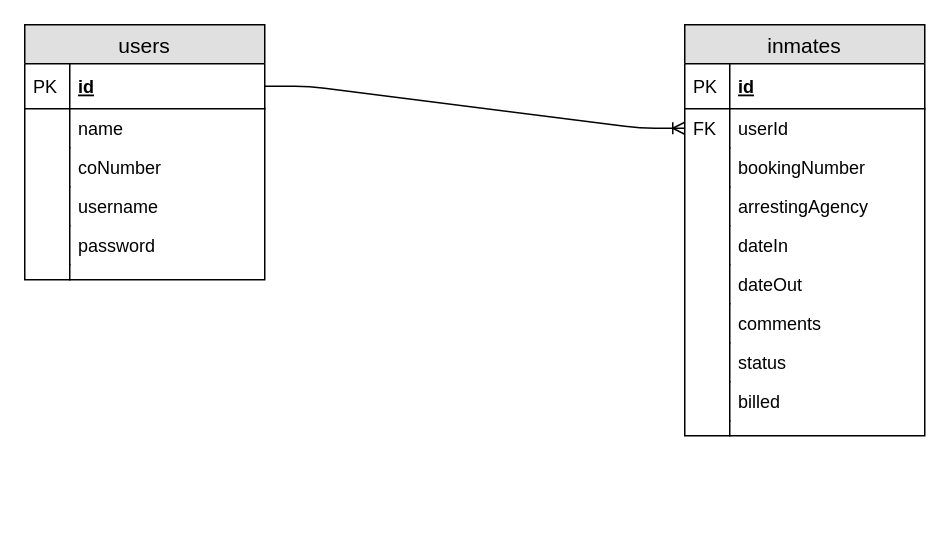
Before: ERD.drawio in kelli-evans09/capstone-one, a draw.io diagram. Source tidied: cells renumbered, new cells numbered last; positions are measured from the earlier drawing's top-left corner, leaving out a move shared by most shapes. Both pictures are drawn from the tidied source at 150%, with x=0, y=0 at pixel (24, 24).
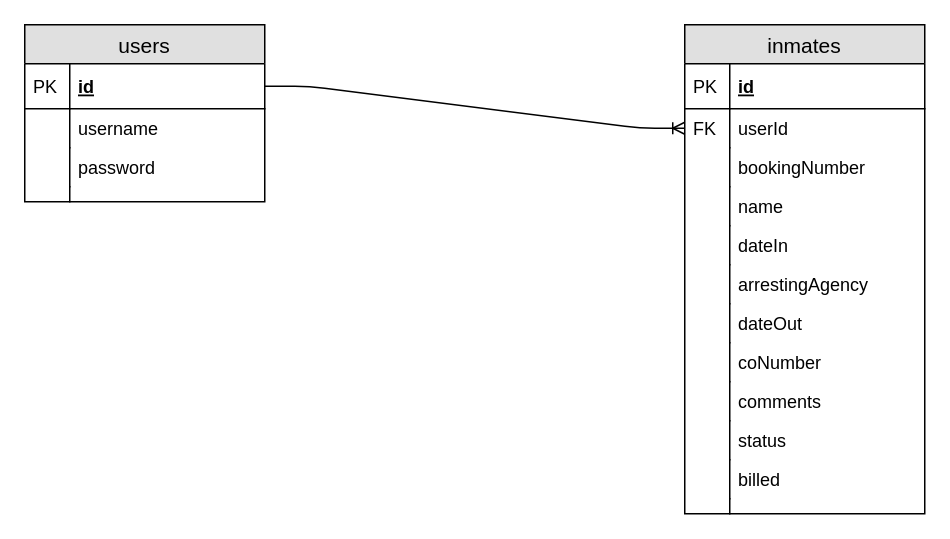
After the change.

Diff of the diagram source:
```diff
@@
     <mxCell id="2" value="users" style="swimlane;fontStyle=0;horizontal=1;startSize=26;fillColor=#e0e0e0;swimlaneFillColor=#ffffff;align=center;fontSize=14;" parent="1" vertex="1">
-      <mxGeometry width="160" height="170" as="geometry" />
+      <mxGeometry width="160" height="118" as="geometry" />
     </mxCell>
@@
-    <mxCell id="5" value="name" style="shape=partialRectangle;top=0;left=0;right=0;bottom=0;align=left;verticalAlign=top;fillColor=none;spacingLeft=34;spacingRight=4;overflow=hidden;fontSize=12;" parent="2" vertex="1">
-      <mxGeometry y="56" width="160" height="26" as="geometry" />
-    </mxCell>
-    <mxCell id="6" style="shape=partialRectangle;top=0;left=0;bottom=0;fillColor=none;align=left;verticalAlign=top;spacingLeft=4;spacingRight=4;overflow=hidden;fontSize=12;" parent="5" vertex="1">
-      <mxGeometry width="30" height="26" as="geometry" />
-    </mxCell>
-    <mxCell id="7" value="coNumber" style="shape=partialRectangle;top=0;left=0;right=0;bottom=0;align=left;verticalAlign=top;fillColor=none;spacingLeft=34;spacingRight=4;overflow=hidden;fontSize=12;" parent="2" vertex="1">
-      <mxGeometry y="82" width="160" height="26" as="geometry" />
-    </mxCell>
-    <mxCell id="8" style="shape=partialRectangle;top=0;left=0;bottom=0;fillColor=none;align=left;verticalAlign=top;spacingLeft=4;spacingRight=4;overflow=hidden;fontSize=12;" parent="7" vertex="1">
-      <mxGeometry width="30" height="26" as="geometry" />
-    </mxCell>
     <mxCell id="9" value="username" style="shape=partialRectangle;top=0;left=0;right=0;bottom=0;align=left;verticalAlign=top;fillColor=none;spacingLeft=34;spacingRight=4;overflow=hidden;fontSize=12;" parent="2" vertex="1">
-      <mxGeometry y="108" width="160" height="26" as="geometry" />
+      <mxGeometry y="56" width="160" height="26" as="geometry" />
     </mxCell>
@@
     <mxCell id="11" value="password" style="shape=partialRectangle;top=0;left=0;right=0;bottom=0;align=left;verticalAlign=top;fillColor=none;spacingLeft=34;spacingRight=4;overflow=hidden;fontSize=12;" parent="2" vertex="1">
-      <mxGeometry y="134" width="160" height="26" as="geometry" />
+      <mxGeometry y="82" width="160" height="26" as="geometry" />
     </mxCell>
@@
     <mxCell id="13" style="shape=partialRectangle;top=0;left=0;right=0;bottom=0;align=left;verticalAlign=top;fillColor=none;spacingLeft=34;spacingRight=4;overflow=hidden;fontSize=12;" parent="2" vertex="1">
-      <mxGeometry y="160" width="160" height="10" as="geometry" />
+      <mxGeometry y="108" width="160" height="10" as="geometry" />
     </mxCell>
@@
     <mxCell id="15" value="inmates" style="swimlane;fontStyle=0;horizontal=1;startSize=26;fillColor=#e0e0e0;swimlaneFillColor=#ffffff;align=center;fontSize=14;" parent="1" vertex="1">
-      <mxGeometry x="440" width="160" height="274" as="geometry" />
+      <mxGeometry x="440" width="160" height="326" as="geometry" />
     </mxCell>
@@
+    <mxCell id="5" value="name" style="shape=partialRectangle;top=0;left=0;right=0;bottom=0;align=left;verticalAlign=top;fillColor=none;spacingLeft=34;spacingRight=4;overflow=hidden;fontSize=12;" parent="15" vertex="1">
+      <mxGeometry y="108" width="160" height="26" as="geometry" />
+    </mxCell>
+    <mxCell id="37" style="shape=partialRectangle;top=0;left=0;bottom=0;fillColor=none;align=left;verticalAlign=top;spacingLeft=4;spacingRight=4;overflow=hidden;fontSize=12;" parent="5" vertex="1">
+      <mxGeometry width="30" height="26" as="geometry" />
+    </mxCell>
-    <mxCell id="22" value="arrestingAgency" style="shape=partialRectangle;top=0;left=0;right=0;bottom=0;align=left;verticalAlign=top;fillColor=none;spacingLeft=34;spacingRight=4;overflow=hidden;fontSize=12;" parent="15" vertex="1">
-      <mxGeometry y="108" width="160" height="26" as="geometry" />
+    <mxCell id="22" value="dateIn" style="shape=partialRectangle;top=0;left=0;right=0;bottom=0;align=left;verticalAlign=top;fillColor=none;spacingLeft=34;spacingRight=4;overflow=hidden;fontSize=12;" parent="15" vertex="1">
+      <mxGeometry y="134" width="160" height="26" as="geometry" />
     </mxCell>
@@
-    <mxCell id="24" value="dateIn" style="shape=partialRectangle;top=0;left=0;right=0;bottom=0;align=left;verticalAlign=top;fillColor=none;spacingLeft=34;spacingRight=4;overflow=hidden;fontSize=12;" parent="15" vertex="1">
-      <mxGeometry y="134" width="160" height="26" as="geometry" />
+    <mxCell id="24" value="arrestingAgency" style="shape=partialRectangle;top=0;left=0;right=0;bottom=0;align=left;verticalAlign=top;fillColor=none;spacingLeft=34;spacingRight=4;overflow=hidden;fontSize=12;" parent="15" vertex="1">
+      <mxGeometry y="160" width="160" height="26" as="geometry" />
     </mxCell>
@@
     <mxCell id="26" value="dateOut" style="shape=partialRectangle;top=0;left=0;right=0;bottom=0;align=left;verticalAlign=top;fillColor=none;spacingLeft=34;spacingRight=4;overflow=hidden;fontSize=12;" parent="15" vertex="1">
-      <mxGeometry y="160" width="160" height="26" as="geometry" />
+      <mxGeometry y="186" width="160" height="26" as="geometry" />
     </mxCell>
@@
-    <mxCell id="28" value="comments" style="shape=partialRectangle;top=0;left=0;right=0;bottom=0;align=left;verticalAlign=top;fillColor=none;spacingLeft=34;spacingRight=4;overflow=hidden;fontSize=12;" parent="15" vertex="1">
-      <mxGeometry y="186" width="160" height="26" as="geometry" />
+    <mxCell id="28" value="coNumber" style="shape=partialRectangle;top=0;left=0;right=0;bottom=0;align=left;verticalAlign=top;fillColor=none;spacingLeft=34;spacingRight=4;overflow=hidden;fontSize=12;" parent="15" vertex="1">
+      <mxGeometry y="212" width="160" height="26" as="geometry" />
     </mxCell>
@@
-    <mxCell id="30" value="status" style="shape=partialRectangle;top=0;left=0;right=0;bottom=0;align=left;verticalAlign=top;fillColor=none;spacingLeft=34;spacingRight=4;overflow=hidden;fontSize=12;" parent="15" vertex="1">
-      <mxGeometry y="212" width="160" height="26" as="geometry" />
+    <mxCell id="30" value="comments" style="shape=partialRectangle;top=0;left=0;right=0;bottom=0;align=left;verticalAlign=top;fillColor=none;spacingLeft=34;spacingRight=4;overflow=hidden;fontSize=12;" parent="15" vertex="1">
+      <mxGeometry y="238" width="160" height="26" as="geometry" />
     </mxCell>
@@
-    <mxCell id="32" value="billed" style="shape=partialRectangle;top=0;left=0;right=0;bottom=0;align=left;verticalAlign=top;fillColor=none;spacingLeft=34;spacingRight=4;overflow=hidden;fontSize=12;" parent="15" vertex="1">
-      <mxGeometry y="238" width="160" height="26" as="geometry" />
+    <mxCell id="32" value="status" style="shape=partialRectangle;top=0;left=0;right=0;bottom=0;align=left;verticalAlign=top;fillColor=none;spacingLeft=34;spacingRight=4;overflow=hidden;fontSize=12;" parent="15" vertex="1">
+      <mxGeometry y="264" width="160" height="26" as="geometry" />
     </mxCell>
@@
+    <mxCell id="38" value="billed" style="shape=partialRectangle;top=0;left=0;right=0;bottom=0;align=left;verticalAlign=top;fillColor=none;spacingLeft=34;spacingRight=4;overflow=hidden;fontSize=12;" parent="15" vertex="1">
+      <mxGeometry y="290" width="160" height="26" as="geometry" />
+    </mxCell>
+    <mxCell id="39" style="shape=partialRectangle;top=0;left=0;bottom=0;fillColor=none;align=left;verticalAlign=top;spacingLeft=4;spacingRight=4;overflow=hidden;fontSize=12;" parent="38" vertex="1">
+      <mxGeometry width="30" height="26" as="geometry" />
+    </mxCell>
     <mxCell id="34" style="shape=partialRectangle;top=0;left=0;right=0;bottom=0;align=left;verticalAlign=top;fillColor=none;spacingLeft=34;spacingRight=4;overflow=hidden;fontSize=12;" parent="15" vertex="1">
-      <mxGeometry y="264" width="160" height="10" as="geometry" />
+      <mxGeometry y="316" width="160" height="10" as="geometry" />
     </mxCell>
```
